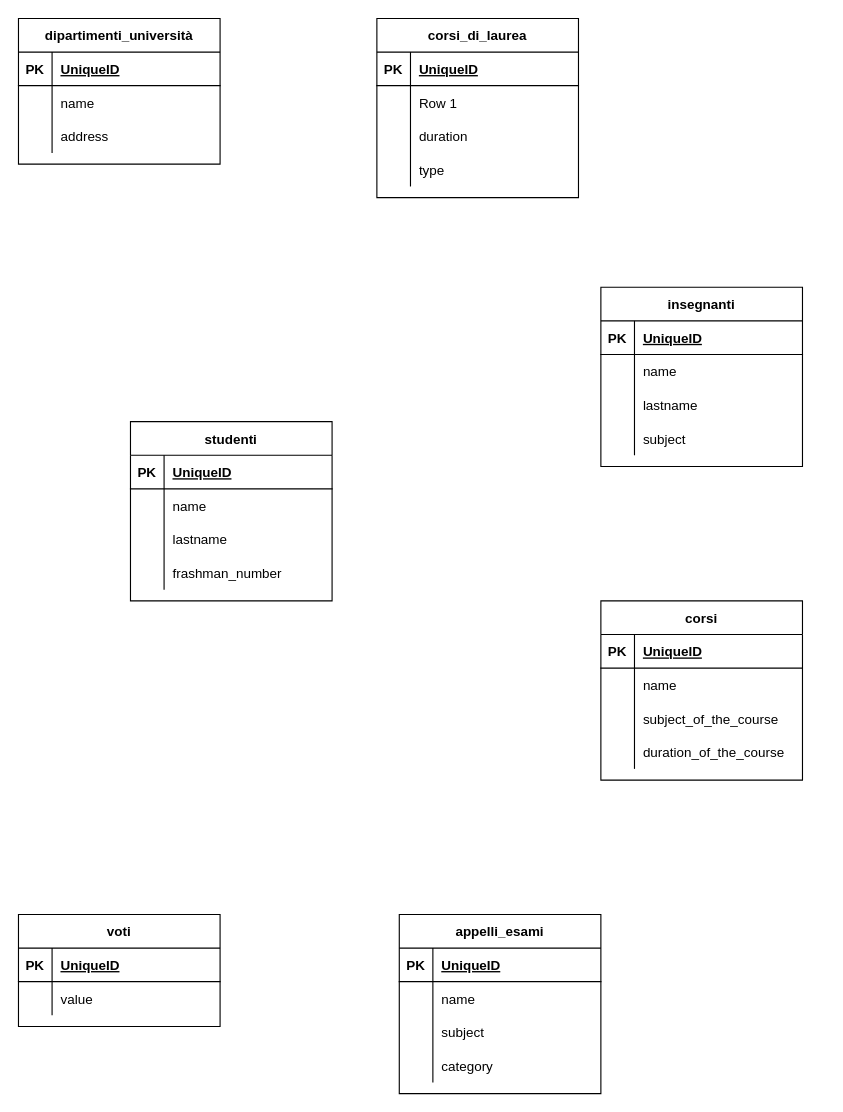
Before: db-university.drawio in Alek90/db-university, a draw.io diagram. Source tidied: cells renumbered, new cells numbered last; positions are measured from the earlier drawing's top-left corner, leaving out a move shared by most shapes. Both pictures are drawn from the tidied source at 112%, with x=0, y=0 at pixel (18, 18).
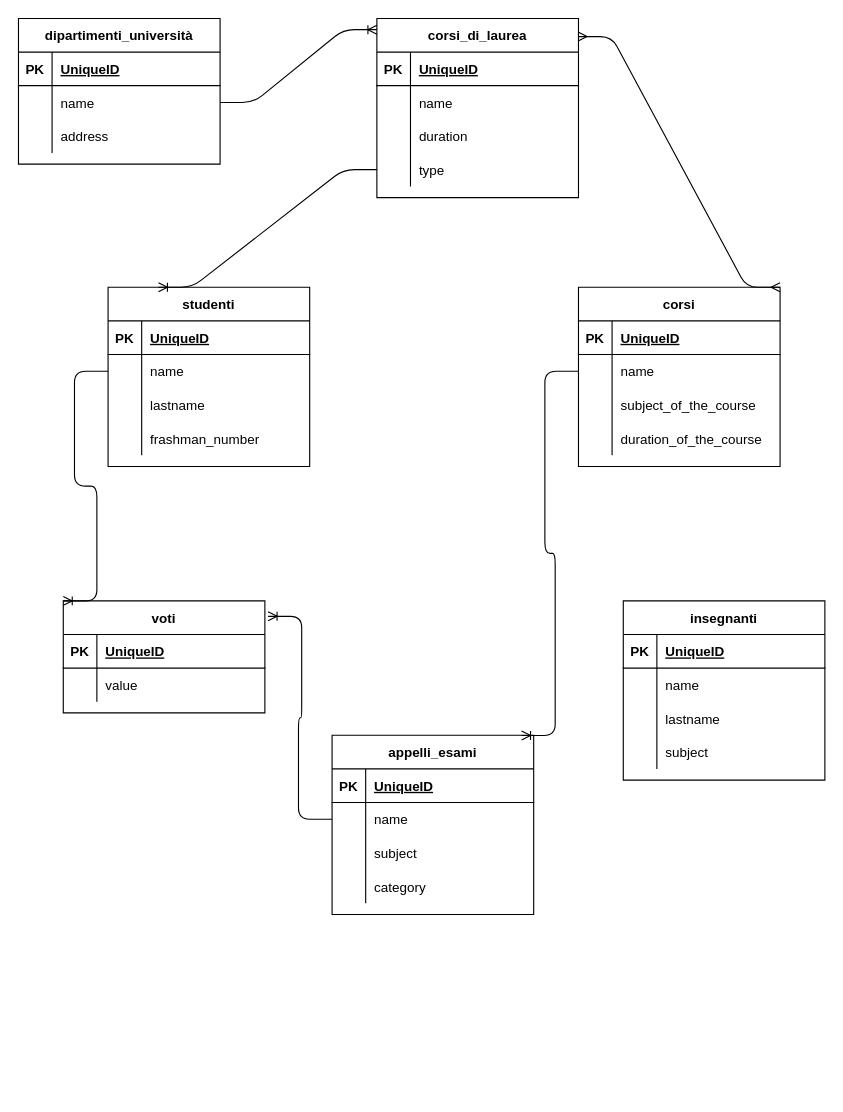
After the change.

Commit message:
Start entity links.

Primi collegamenti ponendosi il quesito prestabilito.

The change refers to these unchanged cells:
```xml
<mxCell id="19" style="shape=partialRectangle;fillColor=none;top=0;left=0;bottom=0;right=0;points=[[0,0.5],[1,0.5]];portConstraint=eastwest;" parent="15" vertex="1">
  <mxGeometry y="60" width="180" height="30" as="geometry" />
</mxCell>
<mxCell id="29" style="shape=partialRectangle;fillColor=none;top=0;left=0;bottom=0;right=0;points=[[0,0.5],[1,0.5]];portConstraint=eastwest;" parent="25" vertex="1">
  <mxGeometry y="60" width="180" height="30" as="geometry" />
</mxCell>
<mxCell id="38" value="corsi_di_laurea" style="shape=table;startSize=30;childLayout=tableLayout;rowLines=0;fontStyle=1;align=center;" parent="1" vertex="1">
  <mxGeometry x="320" width="180" height="160" as="geometry" />
</mxCell>
<mxCell id="42" style="shape=partialRectangle;fillColor=none;top=0;left=0;bottom=0;right=0;" parent="38" vertex="1">
  <mxGeometry y="60" width="180" height="30" as="geometry" />
</mxCell>
<mxCell id="48" style="shape=partialRectangle;fillColor=none;top=0;left=0;bottom=0;right=0;points=[[0,0.5],[1,0.5]];portConstraint=eastwest;" parent="38" vertex="1">
  <mxGeometry y="120" width="180" height="30" as="geometry" />
</mxCell>
<mxCell id="55" style="shape=partialRectangle;fillColor=none;top=0;left=0;bottom=0;right=0;points=[[0,0.5],[1,0.5]];portConstraint=eastwest;" parent="51" vertex="1">
  <mxGeometry y="60" width="180" height="30" as="geometry" />
</mxCell>
<mxCell id="75" style="shape=partialRectangle;fillColor=none;top=0;left=0;bottom=0;right=0;points=[[0,0.5],[1,0.5]];portConstraint=eastwest;" parent="71" vertex="1">
  <mxGeometry y="60" width="180" height="30" as="geometry" />
</mxCell>
```

The edit, as a diff of the source:
```diff
@@
     <mxCell id="2" value="insegnanti" style="shape=table;startSize=30;childLayout=tableLayout;rowLines=0;fontStyle=1;align=center;" parent="1" vertex="1">
-      <mxGeometry x="520" y="240" width="180" height="160" as="geometry" />
+      <mxGeometry x="540" y="520" width="180" height="160" as="geometry" />
     </mxCell>
@@
     <mxCell id="25" value="studenti" style="shape=table;startSize=30;childLayout=tableLayout;rowLines=0;fontStyle=1;align=center;" parent="1" vertex="1">
-      <mxGeometry x="100" y="360" width="180" height="160" as="geometry" />
+      <mxGeometry x="80" y="240" width="180" height="160" as="geometry" />
     </mxCell>
@@
-    <mxCell id="44" value="Row 1" style="shape=partialRectangle;fillColor=none;top=0;left=0;bottom=0;right=0;align=left;spacingLeft=6;overflow=hidden;" parent="42" vertex="1">
+    <mxCell id="44" value="name" style="shape=partialRectangle;fillColor=none;top=0;left=0;bottom=0;right=0;align=left;spacingLeft=6;overflow=hidden;" parent="42" vertex="1">
       <mxGeometry x="30" width="150" height="30" as="geometry" />
     </mxCell>
@@
     <mxCell id="51" value="corsi" style="shape=table;startSize=30;childLayout=tableLayout;rowLines=0;fontStyle=1;align=center;" parent="1" vertex="1">
-      <mxGeometry x="520" y="520" width="180" height="160" as="geometry" />
+      <mxGeometry x="500" y="240" width="180" height="160" as="geometry" />
     </mxCell>
@@
     <mxCell id="64" value="voti" style="shape=table;startSize=30;childLayout=tableLayout;rowLines=0;fontStyle=1;align=center;" parent="1" vertex="1">
-      <mxGeometry y="800" width="180" height="100" as="geometry" />
+      <mxGeometry x="40" y="520" width="180" height="100" as="geometry" />
     </mxCell>
@@
     <mxCell id="71" value="appelli_esami" style="shape=table;startSize=30;childLayout=tableLayout;rowLines=0;fontStyle=1;align=center;" parent="1" vertex="1">
-      <mxGeometry x="340" y="800" width="180" height="160" as="geometry" />
+      <mxGeometry x="280" y="640" width="180" height="160" as="geometry" />
     </mxCell>
@@
+    <mxCell id="84" style="edgeStyle=entityRelationEdgeStyle;fontSize=12;html=1;endArrow=ERoneToMany;exitX=1;exitY=0.5;exitDx=0;exitDy=0;" parent="1" edge="1" source="19">
+      <mxGeometry relative="1" as="geometry">
+        <mxPoint x="320" y="10" as="targetPoint" />
+      </mxGeometry>
+    </mxCell>
+    <mxCell id="85" style="edgeStyle=entityRelationEdgeStyle;fontSize=12;html=1;endArrow=ERmany;startArrow=ERmany;exitX=1;exitY=0;exitDx=0;exitDy=0;entryX=0.998;entryY=0.101;entryDx=0;entryDy=0;entryPerimeter=0;" parent="1" edge="1" source="51" target="38">
+      <mxGeometry relative="1" as="geometry" />
+    </mxCell>
+    <mxCell id="86" style="edgeStyle=entityRelationEdgeStyle;fontSize=12;html=1;endArrow=ERoneToMany;entryX=0.94;entryY=0.001;entryDx=0;entryDy=0;entryPerimeter=0;exitX=0;exitY=0.5;exitDx=0;exitDy=0;" parent="1" edge="1" source="55" target="71">
+      <mxGeometry relative="1" as="geometry" />
+    </mxCell>
+    <mxCell id="87" style="edgeStyle=entityRelationEdgeStyle;fontSize=12;html=1;endArrow=ERoneToMany;exitX=0;exitY=0.5;exitDx=0;exitDy=0;entryX=0.25;entryY=0;entryDx=0;entryDy=0;" parent="1" edge="1" source="48" target="25">
+      <mxGeometry relative="1" as="geometry" />
+    </mxCell>
+    <mxCell id="88" style="edgeStyle=entityRelationEdgeStyle;fontSize=12;html=1;endArrow=ERoneToMany;exitX=0;exitY=0.5;exitDx=0;exitDy=0;entryX=1.016;entryY=0.138;entryDx=0;entryDy=0;entryPerimeter=0;" parent="1" edge="1" source="75" target="64">
+      <mxGeometry relative="1" as="geometry" />
+    </mxCell>
+    <mxCell id="89" style="edgeStyle=entityRelationEdgeStyle;fontSize=12;html=1;endArrow=ERoneToMany;entryX=0;entryY=0;entryDx=0;entryDy=0;exitX=0;exitY=0.5;exitDx=0;exitDy=0;" parent="1" edge="1" source="29" target="64">
+      <mxGeometry relative="1" as="geometry" />
+    </mxCell>
```
